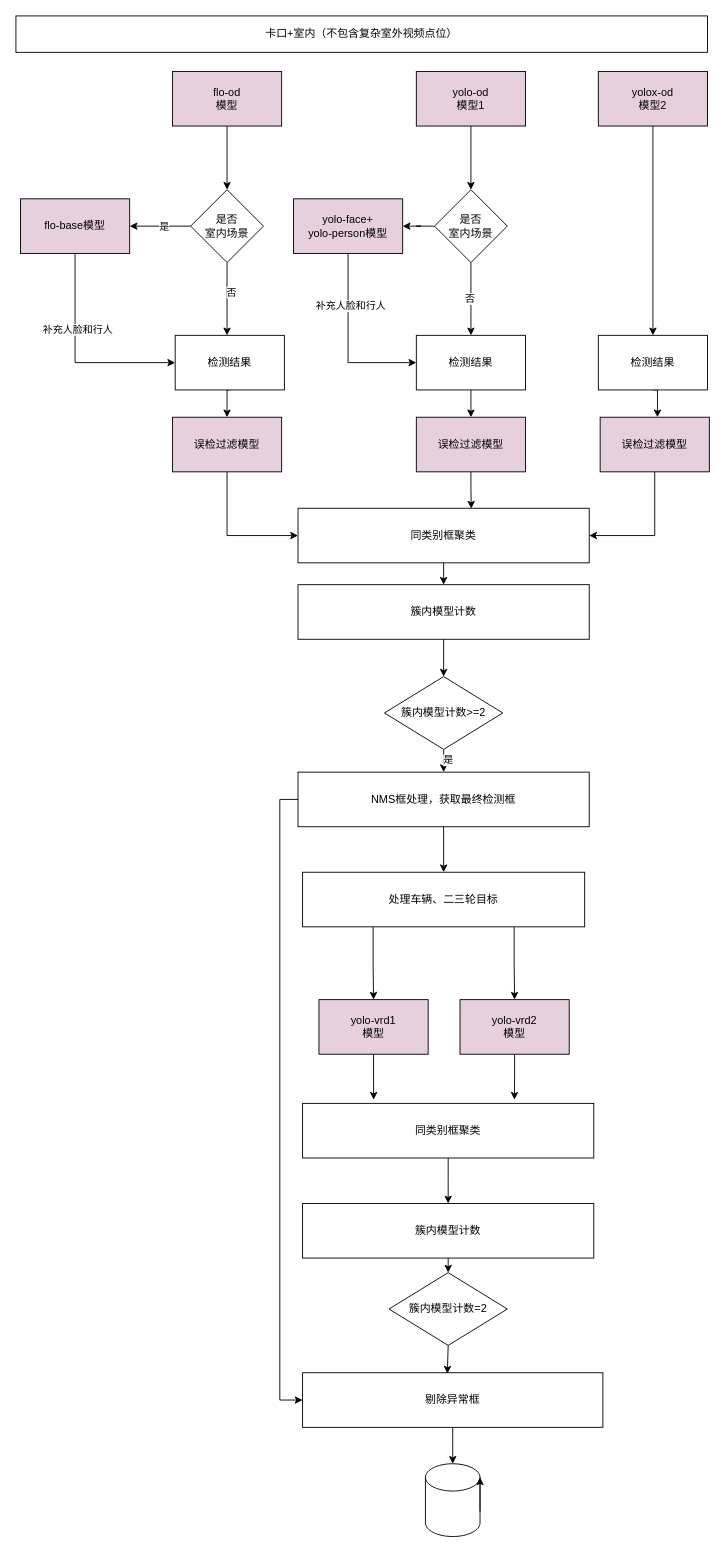
This is 标注工具.drawio from xiazi-yu/triton-server-read, a draw.io file, before an edit. Source tidied: cells renumbered, new cells numbered last; positions are measured from the earlier drawing's top-left corner, leaving out a move shared by most shapes. Both pictures are drawn from the tidied source at 91%, with x=0, y=0 at pixel (15, 15).
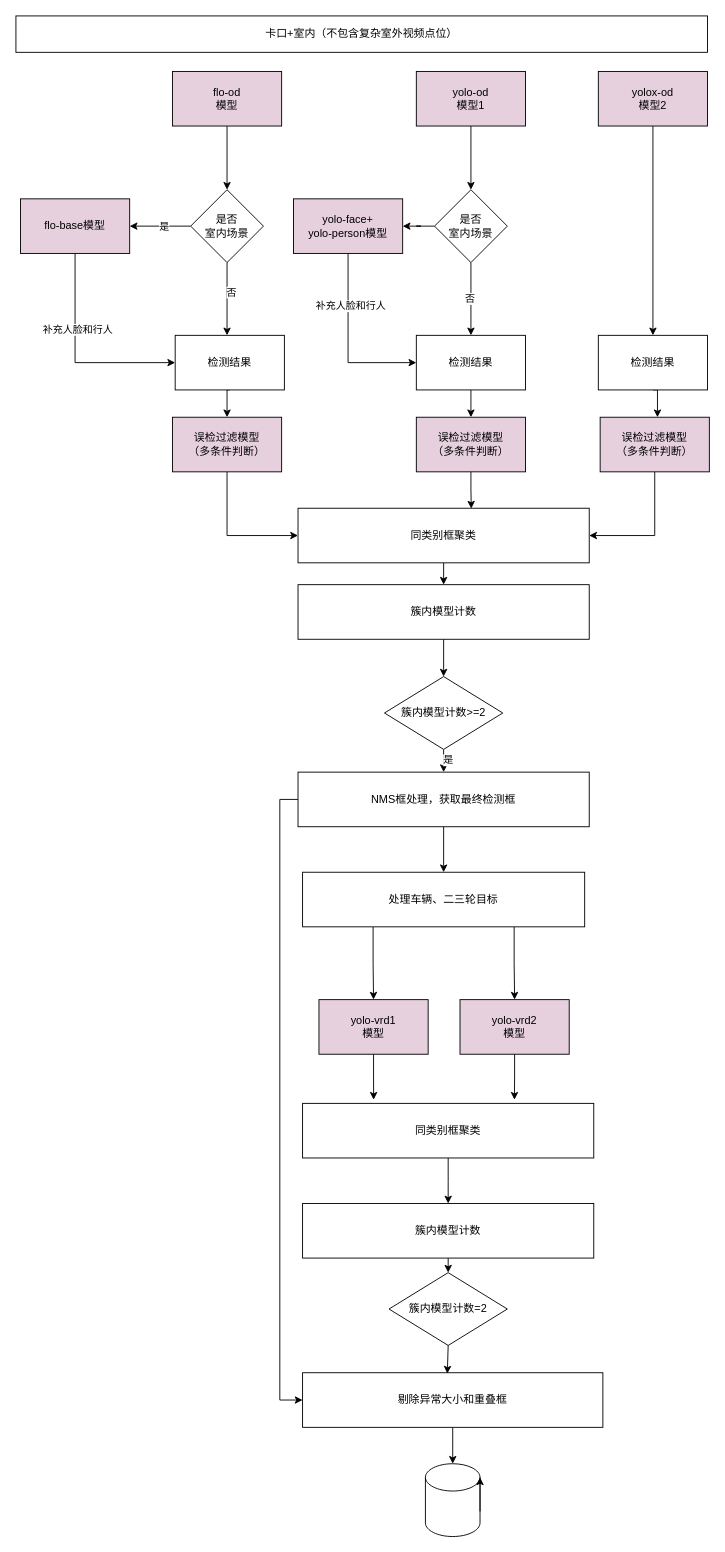
Above is the later version.

Commit message:
更新标注工具.drawio

Diff of the diagram source:
```diff
@@
-    <mxCell id="40" value="误检过滤模型" style="rounded=0;whiteSpace=wrap;html=1;fillColor=#E6D0DE;" parent="1" vertex="1">
+    <mxCell id="40" value="误检过滤模型&lt;div&gt;（多条件判断）&lt;/div&gt;" style="rounded=0;whiteSpace=wrap;html=1;fillColor=#E6D0DE;" parent="1" vertex="1">
       <mxGeometry x="172" y="441" width="120" height="60" as="geometry" />
     </mxCell>
-    <mxCell id="41" value="误检过滤模型" style="rounded=0;whiteSpace=wrap;html=1;fillColor=#E6D0DE;" parent="1" vertex="1">
+    <mxCell id="41" value="误检过滤模型&lt;div&gt;（多条件判断）&lt;/div&gt;" style="rounded=0;whiteSpace=wrap;html=1;fillColor=#E6D0DE;" parent="1" vertex="1">
       <mxGeometry x="440" y="441" width="120" height="60" as="geometry" />
     </mxCell>
@@
-    <mxCell id="43" value="误检过滤模型" style="rounded=0;whiteSpace=wrap;html=1;fillColor=#E6D0DE;" parent="1" vertex="1">
+    <mxCell id="43" value="误检过滤模型&lt;div&gt;（多条件判断）&lt;/div&gt;" style="rounded=0;whiteSpace=wrap;html=1;fillColor=#E6D0DE;" parent="1" vertex="1">
       <mxGeometry x="642" y="441" width="120" height="60" as="geometry" />
     </mxCell>
@@
-    <mxCell id="54" value="剔除异常框" style="rounded=0;whiteSpace=wrap;html=1;" parent="1" vertex="1">
+    <mxCell id="54" value="剔除异常大小和重叠框" style="rounded=0;whiteSpace=wrap;html=1;" parent="1" vertex="1">
       <mxGeometry x="315" y="1491" width="330" height="60" as="geometry" />
     </mxCell>
```
